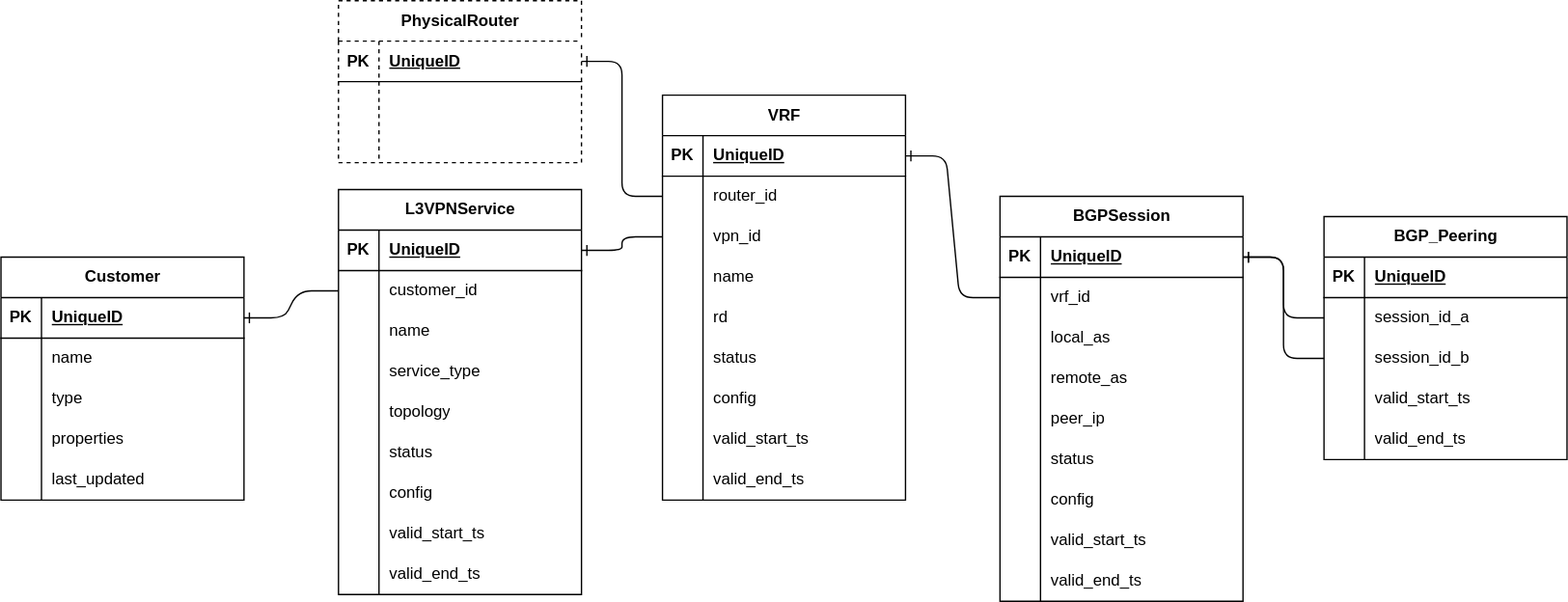
Earlier version of the draw.io export docs/drawings/spanner/logical-schema.drawio.svg (matteote/gnnsandbox-twindq-bench). Source tidied: cells renumbered, new cells last; positions are measured from the earlier drawing's top-left corner, leaving out a move shared by most shapes.
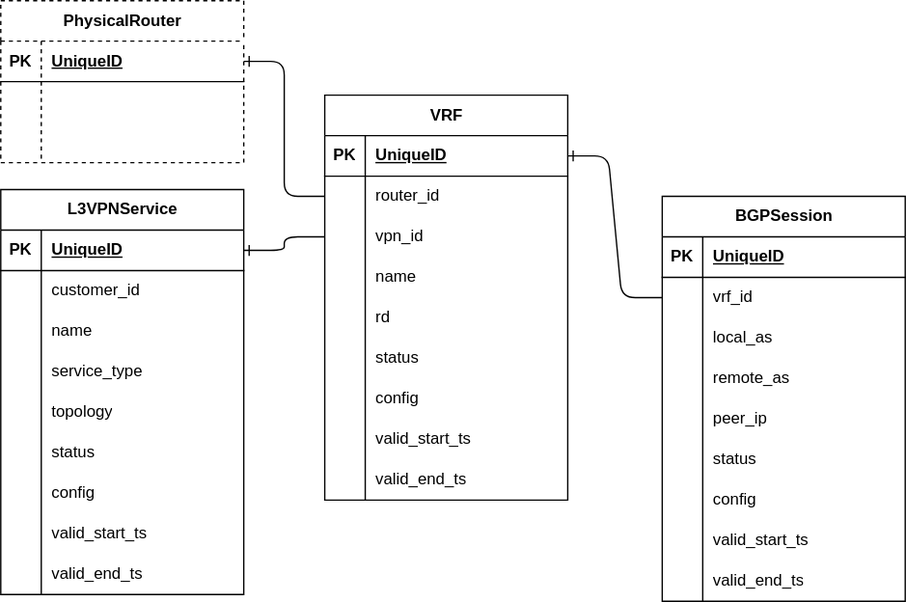
After the change.

Change to the diagram source:
```diff
@@ -2,54 +2,6 @@
   <root>
     <mxCell id="0" />
     <mxCell id="1" parent="0" />
-    <mxCell id="2" value="Customer" style="shape=table;startSize=30;rowLines=0;fontStyle=1;align=center;html=1;" parent="1" vertex="1">
-      <mxGeometry y="190" width="180" height="180" as="geometry" />
-    </mxCell>
-    <mxCell id="3" style="shape=tableRow;horizontal=0;startSize=0;swimlaneHead=0;swimlaneBody=0;fillColor=none;points=[[0,0.5],[1,0.5]];portConstraint=eastwest;top=0;left=0;right=0;bottom=1;" parent="2" vertex="1">
-      <mxGeometry y="30" width="180" height="30" as="geometry" />
-    </mxCell>
-    <mxCell id="4" value="PK" style="shape=partialRectangle;fillColor=none;top=0;left=0;bottom=0;right=0;fontStyle=1;overflow=hidden;whiteSpace=wrap;html=1;" parent="3" vertex="1">
-      <mxGeometry width="30" height="30" as="geometry" />
-    </mxCell>
-    <mxCell id="5" value="UniqueID" style="shape=partialRectangle;fillColor=none;top=0;left=0;bottom=0;right=0;align=left;spacingLeft=6;fontStyle=5;overflow=hidden;whiteSpace=wrap;html=1;" parent="3" vertex="1">
-      <mxGeometry x="30" width="150" height="30" as="geometry" />
-    </mxCell>
-    <mxCell id="6" style="shape=tableRow;horizontal=0;startSize=0;swimlaneHead=0;swimlaneBody=0;fillColor=none;top=0;left=0;right=0;bottom=0;" parent="2" vertex="1">
-      <mxGeometry y="60" width="180" height="30" as="geometry" />
-    </mxCell>
-    <mxCell id="7" style="shape=partialRectangle;fillColor=none;top=0;left=0;bottom=0;right=0;overflow=hidden;whiteSpace=wrap;html=1;" parent="6" vertex="1">
-      <mxGeometry width="30" height="30" as="geometry" />
-    </mxCell>
-    <mxCell id="8" value="name" style="shape=partialRectangle;fillColor=none;top=0;left=0;bottom=0;right=0;align=left;spacingLeft=6;overflow=hidden;whiteSpace=wrap;html=1;" parent="6" vertex="1">
-      <mxGeometry x="30" width="150" height="30" as="geometry" />
-    </mxCell>
-    <mxCell id="9" style="shape=tableRow;horizontal=0;startSize=0;swimlaneHead=0;swimlaneBody=0;fillColor=none;top=0;left=0;right=0;bottom=0;" parent="2" vertex="1">
-      <mxGeometry y="90" width="180" height="30" as="geometry" />
-    </mxCell>
-    <mxCell id="10" style="shape=partialRectangle;fillColor=none;top=0;left=0;bottom=0;right=0;overflow=hidden;whiteSpace=wrap;html=1;" parent="9" vertex="1">
-      <mxGeometry width="30" height="30" as="geometry" />
-    </mxCell>
-    <mxCell id="11" value="type" style="shape=partialRectangle;fillColor=none;top=0;left=0;bottom=0;right=0;align=left;spacingLeft=6;overflow=hidden;whiteSpace=wrap;html=1;" parent="9" vertex="1">
-      <mxGeometry x="30" width="150" height="30" as="geometry" />
-    </mxCell>
-    <mxCell id="12" style="shape=tableRow;horizontal=0;startSize=0;swimlaneHead=0;swimlaneBody=0;fillColor=none;top=0;left=0;right=0;bottom=0;" parent="2" vertex="1">
-      <mxGeometry y="120" width="180" height="30" as="geometry" />
-    </mxCell>
-    <mxCell id="13" style="shape=partialRectangle;fillColor=none;top=0;left=0;bottom=0;right=0;overflow=hidden;whiteSpace=wrap;html=1;" parent="12" vertex="1">
-      <mxGeometry width="30" height="30" as="geometry" />
-    </mxCell>
-    <mxCell id="14" value="properties" style="shape=partialRectangle;fillColor=none;top=0;left=0;bottom=0;right=0;align=left;spacingLeft=6;overflow=hidden;whiteSpace=wrap;html=1;" parent="12" vertex="1">
-      <mxGeometry x="30" width="150" height="30" as="geometry" />
-    </mxCell>
-    <mxCell id="15" style="shape=tableRow;horizontal=0;startSize=0;swimlaneHead=0;swimlaneBody=0;fillColor=none;top=0;left=0;right=0;bottom=0;" parent="2" vertex="1">
-      <mxGeometry y="150" width="180" height="30" as="geometry" />
-    </mxCell>
-    <mxCell id="16" style="shape=partialRectangle;fillColor=none;top=0;left=0;bottom=0;right=0;overflow=hidden;whiteSpace=wrap;html=1;" parent="15" vertex="1">
-      <mxGeometry width="30" height="30" as="geometry" />
-    </mxCell>
-    <mxCell id="17" value="last_updated" style="shape=partialRectangle;fillColor=none;top=0;left=0;bottom=0;right=0;align=left;spacingLeft=6;overflow=hidden;whiteSpace=wrap;html=1;" parent="15" vertex="1">
-      <mxGeometry x="30" width="150" height="30" as="geometry" />
-    </mxCell>
     <mxCell id="18" value="L3VPNService" style="shape=table;startSize=30;rowLines=0;fontStyle=1;align=center;html=1;" parent="1" vertex="1">
       <mxGeometry x="250" y="140" width="180" height="300" as="geometry" />
     </mxCell>
@@ -302,69 +254,12 @@
     <mxCell id="101" value="valid_end_ts" style="shape=partialRectangle;fillColor=none;top=0;left=0;bottom=0;right=0;align=left;spacingLeft=6;overflow=hidden;whiteSpace=wrap;html=1;" parent="99" vertex="1">
       <mxGeometry x="30" width="150" height="30" as="geometry" />
     </mxCell>
-    <mxCell id="102" value="BGP_Peering" style="shape=table;startSize=30;rowLines=0;fontStyle=1;align=center;html=1;" parent="1" vertex="1">
-      <mxGeometry x="980" y="160" width="180" height="180" as="geometry" />
-    </mxCell>
-    <mxCell id="103" style="shape=tableRow;horizontal=0;startSize=0;swimlaneHead=0;swimlaneBody=0;fillColor=none;top=0;left=0;right=0;bottom=1;" parent="102" vertex="1">
-      <mxGeometry y="30" width="180" height="30" as="geometry" />
-    </mxCell>
-    <mxCell id="104" value="PK" style="shape=partialRectangle;fillColor=none;top=0;left=0;bottom=0;right=0;fontStyle=1;overflow=hidden;whiteSpace=wrap;html=1;" parent="103" vertex="1">
-      <mxGeometry width="30" height="30" as="geometry" />
-    </mxCell>
-    <mxCell id="105" value="UniqueID" style="shape=partialRectangle;fillColor=none;top=0;left=0;bottom=0;right=0;align=left;spacingLeft=6;fontStyle=5;overflow=hidden;whiteSpace=wrap;html=1;" parent="103" vertex="1">
-      <mxGeometry x="30" width="150" height="30" as="geometry" />
-    </mxCell>
-    <mxCell id="106" style="shape=tableRow;horizontal=0;startSize=0;swimlaneHead=0;swimlaneBody=0;fillColor=none;points=[[0,0.5],[1,0.5]];portConstraint=eastwest;top=0;left=0;right=0;bottom=0;" parent="102" vertex="1">
-      <mxGeometry y="60" width="180" height="30" as="geometry" />
-    </mxCell>
-    <mxCell id="107" style="shape=partialRectangle;fillColor=none;top=0;left=0;bottom=0;right=0;overflow=hidden;whiteSpace=wrap;html=1;" parent="106" vertex="1">
-      <mxGeometry width="30" height="30" as="geometry" />
-    </mxCell>
-    <mxCell id="108" value="session_id_a" style="shape=partialRectangle;fillColor=none;top=0;left=0;bottom=0;right=0;align=left;spacingLeft=6;overflow=hidden;whiteSpace=wrap;html=1;" parent="106" vertex="1">
-      <mxGeometry x="30" width="150" height="30" as="geometry" />
-    </mxCell>
-    <mxCell id="109" style="shape=tableRow;horizontal=0;startSize=0;swimlaneHead=0;swimlaneBody=0;fillColor=none;points=[[0,0.5],[1,0.5]];portConstraint=eastwest;top=0;left=0;right=0;bottom=0;" parent="102" vertex="1">
-      <mxGeometry y="90" width="180" height="30" as="geometry" />
-    </mxCell>
-    <mxCell id="110" style="shape=partialRectangle;fillColor=none;top=0;left=0;bottom=0;right=0;overflow=hidden;whiteSpace=wrap;html=1;" parent="109" vertex="1">
-      <mxGeometry width="30" height="30" as="geometry" />
-    </mxCell>
-    <mxCell id="111" value="session_id_b" style="shape=partialRectangle;fillColor=none;top=0;left=0;bottom=0;right=0;align=left;spacingLeft=6;overflow=hidden;whiteSpace=wrap;html=1;" parent="109" vertex="1">
-      <mxGeometry x="30" width="150" height="30" as="geometry" />
-    </mxCell>
-    <mxCell id="112" style="shape=tableRow;horizontal=0;startSize=0;swimlaneHead=0;swimlaneBody=0;fillColor=none;top=0;left=0;right=0;bottom=0;" parent="102" vertex="1">
-      <mxGeometry y="120" width="180" height="30" as="geometry" />
-    </mxCell>
-    <mxCell id="113" style="shape=partialRectangle;fillColor=none;top=0;left=0;bottom=0;right=0;overflow=hidden;whiteSpace=wrap;html=1;" parent="112" vertex="1">
-      <mxGeometry width="30" height="30" as="geometry" />
-    </mxCell>
-    <mxCell id="114" value="valid_start_ts" style="shape=partialRectangle;fillColor=none;top=0;left=0;bottom=0;right=0;align=left;spacingLeft=6;overflow=hidden;whiteSpace=wrap;html=1;" parent="112" vertex="1">
-      <mxGeometry x="30" width="150" height="30" as="geometry" />
-    </mxCell>
-    <mxCell id="115" style="shape=tableRow;horizontal=0;startSize=0;swimlaneHead=0;swimlaneBody=0;fillColor=none;top=0;left=0;right=0;bottom=0;" parent="102" vertex="1">
-      <mxGeometry y="150" width="180" height="30" as="geometry" />
-    </mxCell>
-    <mxCell id="116" style="shape=partialRectangle;fillColor=none;top=0;left=0;bottom=0;right=0;overflow=hidden;whiteSpace=wrap;html=1;" parent="115" vertex="1">
-      <mxGeometry width="30" height="30" as="geometry" />
-    </mxCell>
-    <mxCell id="117" value="valid_end_ts" style="shape=partialRectangle;fillColor=none;top=0;left=0;bottom=0;right=0;align=left;spacingLeft=6;overflow=hidden;whiteSpace=wrap;html=1;" parent="115" vertex="1">
-      <mxGeometry x="30" width="150" height="30" as="geometry" />
-    </mxCell>
-    <mxCell id="118" style="edgeStyle=entityRelationEdgeStyle;fontSize=12;html=1;endArrow=ERone;endFill=1;exitX=0;exitY=0.5;exitDx=0;exitDy=0;entryX=1;entryY=0.5;entryDx=0;entryDy=0;" parent="1" edge="1" source="22" target="3">
-      <mxGeometry relative="1" as="geometry" />
-    </mxCell>
     <mxCell id="119" style="edgeStyle=entityRelationEdgeStyle;fontSize=12;html=1;endArrow=ERone;endFill=1;entryX=1;entryY=0.5;entryDx=0;entryDy=0;" parent="1" edge="1" source="53" target="19">
       <mxGeometry relative="1" as="geometry" />
     </mxCell>
     <mxCell id="120" style="edgeStyle=entityRelationEdgeStyle;fontSize=12;html=1;endArrow=ERone;endFill=1;entryX=1;entryY=0.5;entryDx=0;entryDy=0;exitX=0;exitY=0.5;exitDx=0;exitDy=0;" parent="1" edge="1" source="78" target="47">
       <mxGeometry relative="1" as="geometry" />
     </mxCell>
-    <mxCell id="121" style="edgeStyle=entityRelationEdgeStyle;fontSize=12;html=1;endArrow=ERone;endFill=1;entryX=1;entryY=0.5;entryDx=0;entryDy=0;exitX=0;exitY=0.5;exitDx=0;exitDy=0;" parent="1" edge="1" source="106" target="75">
-      <mxGeometry relative="1" as="geometry" />
-    </mxCell>
-    <mxCell id="122" style="edgeStyle=entityRelationEdgeStyle;fontSize=12;html=1;endArrow=ERone;endFill=1;entryX=1;entryY=0.5;entryDx=0;entryDy=0;exitX=0;exitY=0.5;exitDx=0;exitDy=0;" parent="1" edge="1" source="109" target="75">
-      <mxGeometry relative="1" as="geometry" />
-    </mxCell>
     <mxCell id="123" value="PhysicalRouter" style="shape=table;startSize=30;rowLines=0;fontStyle=1;align=center;html=1;dashed=1;" parent="1" vertex="1">
       <mxGeometry x="250" width="180" height="120" as="geometry" />
     </mxCell>
```
